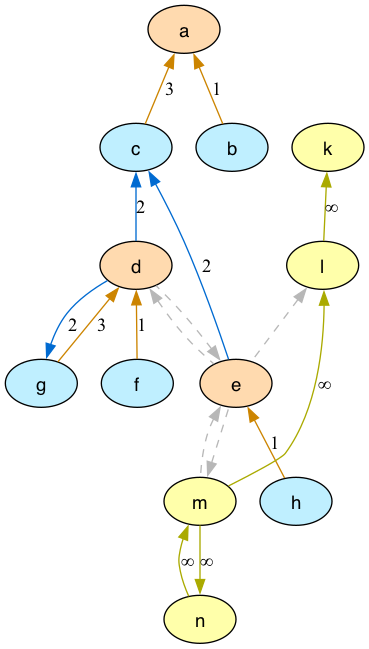
Before: graphs/arg_graph_colored.png, a diagram exported from Graphviz (idaks/Games-and-Argumentation-AI3). Its source is kept beside it as graphs/arg_graph_colored.dot.
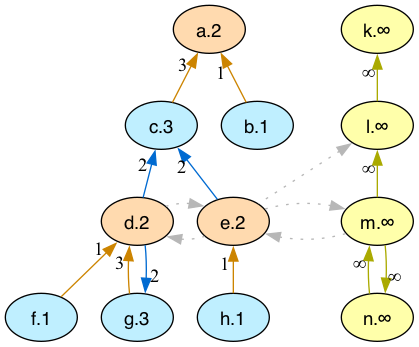
The same diagram one commit later.

Diff of the diagram source:
```diff
@@ -1,28 +1,42 @@
 digraph G {
+  rankdir="TB"
   node [shape=oval style=filled fontname=Helvetica fontsize=14]
-  node [fillcolor="#ffdaaf" fontcolor="#000000"] a d e;
-  node [fillcolor="#bfefff" fontcolor="#000000"] c b f g h;
-  node [fillcolor="#FFFFAA" fontcolor="#000000"] m k l n;
-  edge [dir=back, color="#cc8400", style="solid", label="3"]
-        "a" -> "c";
-        "d" -> "g";
-  edge [dir=back, color="#cc8400", style="solid", label="1"]
-        "a" -> "b";
-        "d" -> "f";
-        "e" -> "h";
-  edge [dir=back, color="#006ad1", style="solid", label="2"]
-        "c" -> "d";
-        "c" -> "e";
-        "g" -> "d";
-  edge [dir=back, color="#b7b7b7", style="dashed", label=" "]
-        "d" -> "e";
-        "e" -> "d";
-        "e" -> "m";
-        "l" -> "e";
-        "m" -> "e";
-  edge [dir=back, color="#AAAA00", style="solid", label="∞"]
-        "k" -> "l";
-        "l" -> "m";
-        "m" -> "n";
-        "n" -> "m";
+  node [fillcolor="#ffdaaf" fontcolor="#000000"]
+       a[label="a.2"]
+       d[label="d.2"]
+       e[label="e.2"]
+  node [fillcolor="#bfefff" fontcolor="#000000"]
+       c[label="c.3"]
+       b[label="b.1"]
+       f[label="f.1"]
+       g[label="g.3"]
+       h[label="h.1"]
+  node [fillcolor="#FFFFAA" fontcolor="#000000"]
+       m[label="m.∞"]
+       k[label="k.∞"]
+       l[label="l.∞"]
+       n[label="n.∞"]
+  edge [dir=back color="#cc8400" style="solid" taillabel="3" labeldistance=1.5]
+        "a" -> "c"
+        "d" -> "g"
+  edge [dir=back color="#cc8400" style="solid" taillabel="1" labeldistance=1.5]
+        "a" -> "b"
+        "d" -> "f"
+        "e" -> "h"
+  edge [dir=back color="#006ad1" style="solid" taillabel="2" labeldistance=1.5]
+        "c" -> "d"
+        "c" -> "e"
+        "g" -> "d"
+  edge [dir=back color="#AAAA00" style="solid" taillabel="∞" labeldistance=1.5]
+        "k" -> "l"
+        "l" -> "m"
+        "m" -> "n"
+        "n" -> "m"
+  edge [dir=back color="#b7b7b7" style="dotted" constraint=false taillabel=" " labeldistance=1.5]
+        "d" -> "e"
+        "e" -> "d"
+        "e" -> "m"
+        "l" -> "e"
+        "m" -> "e"
+
 }
```
